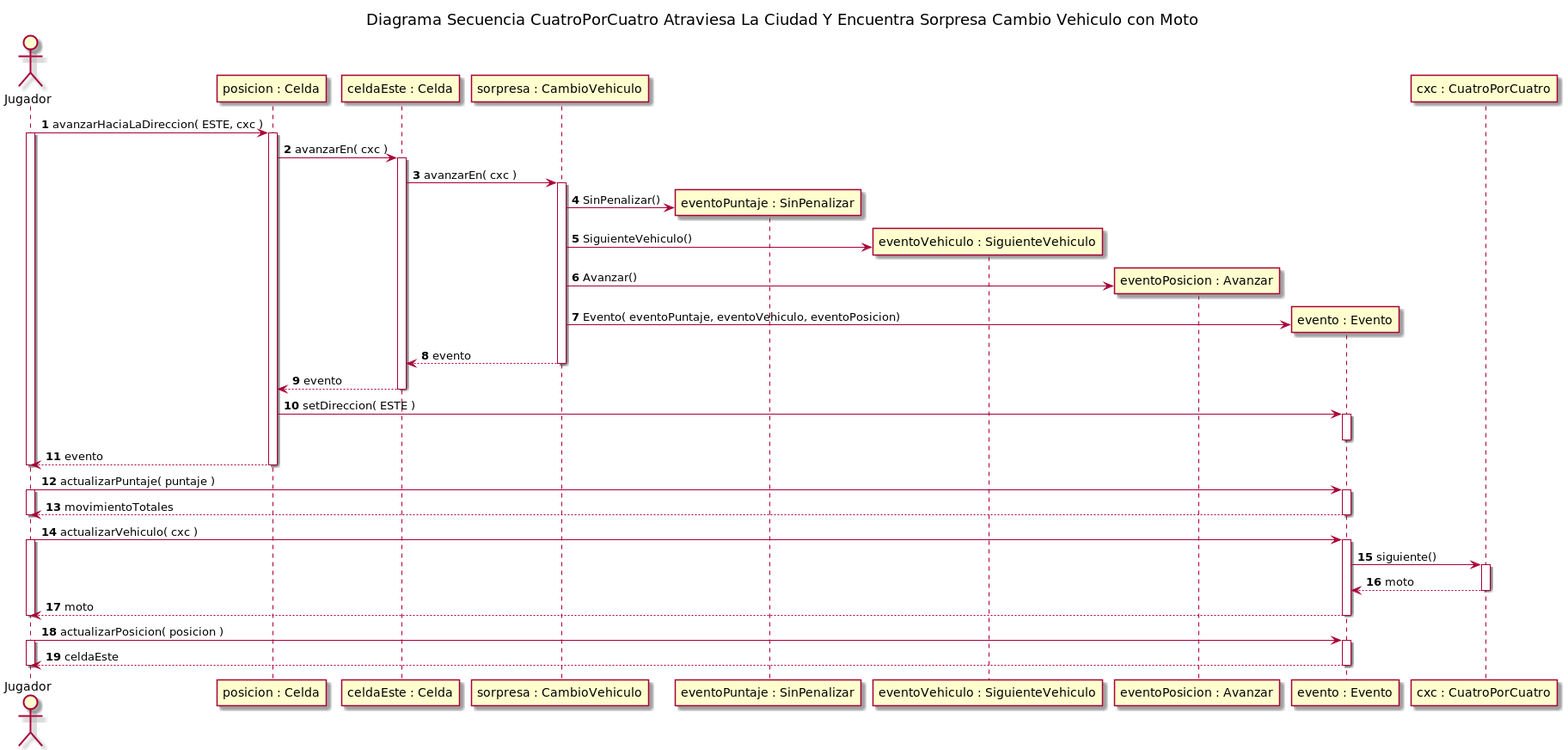
Before: diagrams/sequences/entrega2/img/Caso4x4AtraviesaLaCiudadYEncuentraSorpresaCambioVehiculoConMoto.png, a diagram exported from PlantUML (rodrigovzq/algo3_tp2).
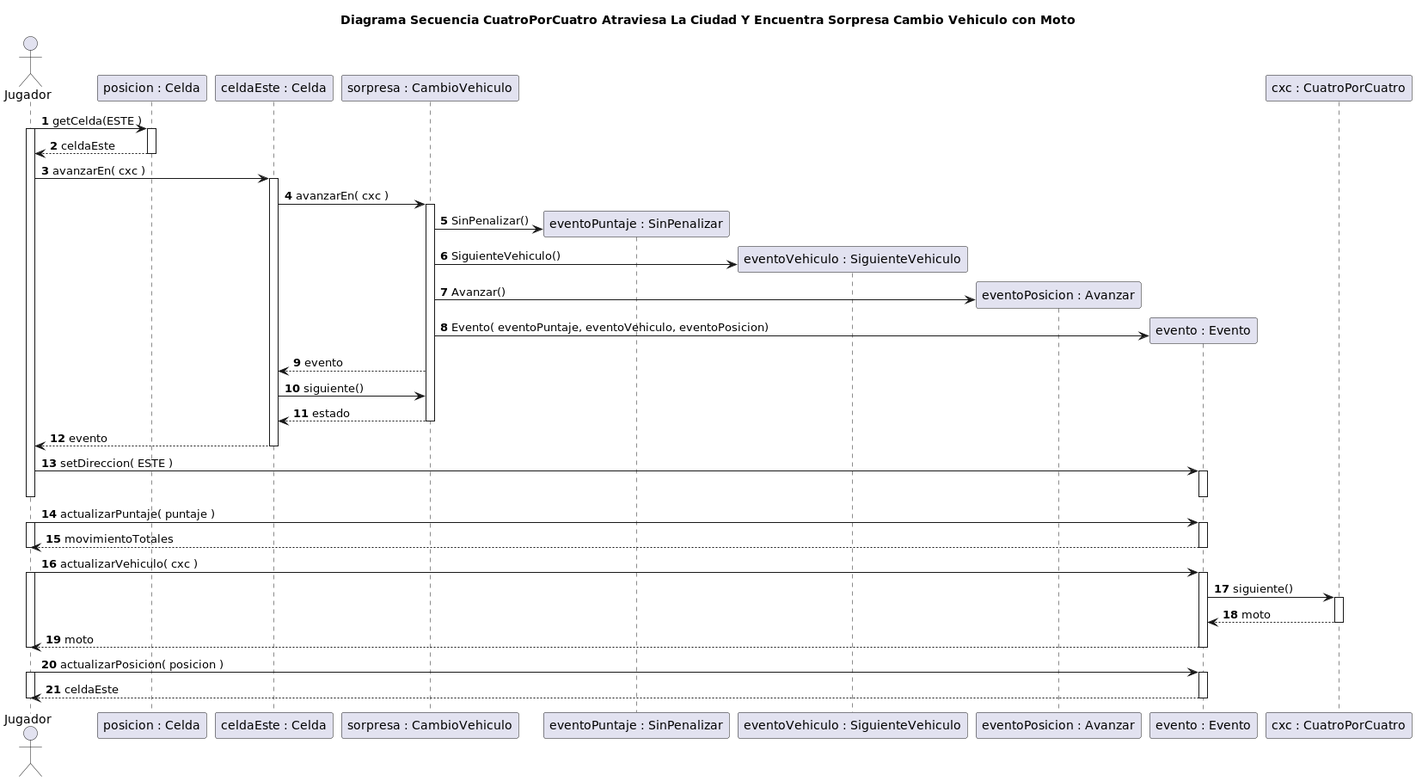
Later version of the same file.

What changed in the source:
```diff
@@ -4,11 +4,11 @@
 autonumber
 
 actor Jugador
-
-Jugador -> "posicion : Celda"++: avanzarHaciaLaDireccion( ESTE, cxc )
-
+Jugador -> "posicion : Celda"++: getCelda(ESTE )
 activate Jugador
-"posicion : Celda" -> "celdaEste : Celda"++: avanzarEn( cxc )
+"posicion : Celda" --> Jugador: celdaEste
+deactivate "posicion : Celda"
+ Jugador -> "celdaEste : Celda"++: avanzarEn( cxc )
 
 
 "celdaEste : Celda" -> "sorpresa : CambioVehiculo"++: avanzarEn( cxc )
@@ -25,15 +25,16 @@
 create "evento : Evento"
 "sorpresa : CambioVehiculo"  -> "evento : Evento": Evento( eventoPuntaje, eventoVehiculo, eventoPosicion)
 
+
 "sorpresa : CambioVehiculo" --> "celdaEste : Celda": evento
-deactivate "sorpresa : CambioVehiculo"
-"celdaEste : Celda" --> "posicion : Celda": evento
+"celdaEste : Celda" -> "sorpresa : CambioVehiculo": siguiente()
+"sorpresa : CambioVehiculo" --> "celdaEste : Celda"--: estado
+"celdaEste : Celda" --> Jugador: evento
 deactivate "celdaEste : Celda"
 
 
-"posicion : Celda" -> "evento : Evento"++: setDireccion( ESTE )
+Jugador -> "evento : Evento"++: setDireccion( ESTE )
 deactivate "evento : Evento"
-"posicion : Celda" --> Jugador--: evento
 deactivate Jugador
 
 Jugador -> "evento : Evento"++: actualizarPuntaje( puntaje )
```
